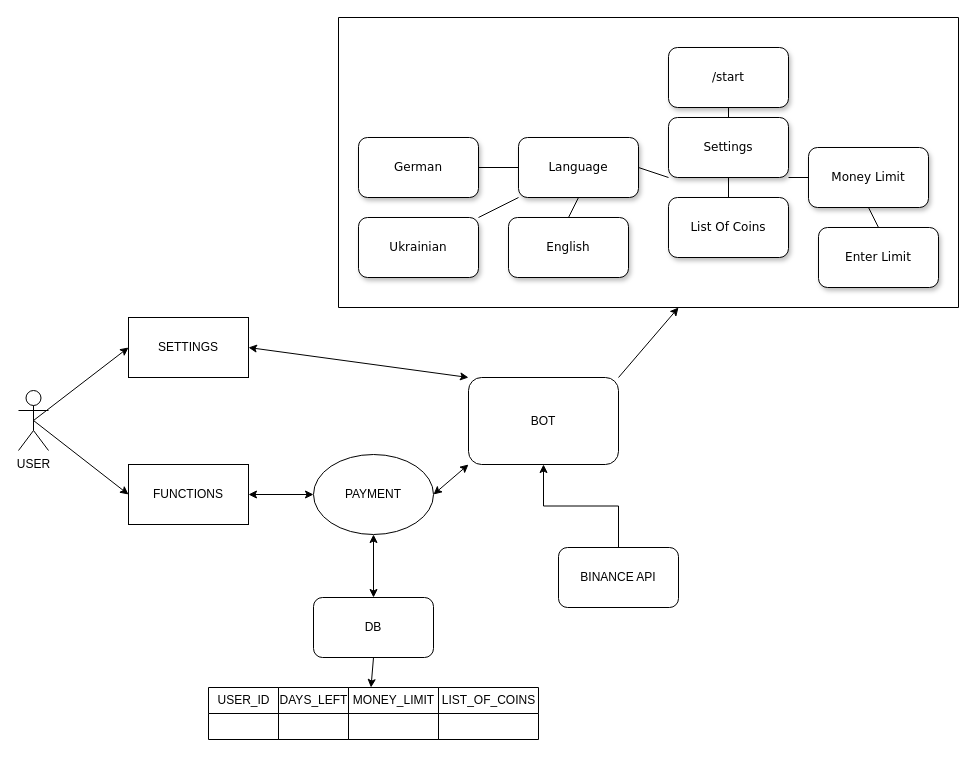
Earlier version of the draw.io diagram projectStructure/projectStructure.drawio (zeroxSasha/cryptobot). Source tidied: cells renumbered, new cells numbered last; positions are measured from the earlier drawing's top-left corner, leaving out a move shared by most shapes. Both pictures are drawn from the tidied source at 100%, with x=0, y=0 at pixel (18, 17).
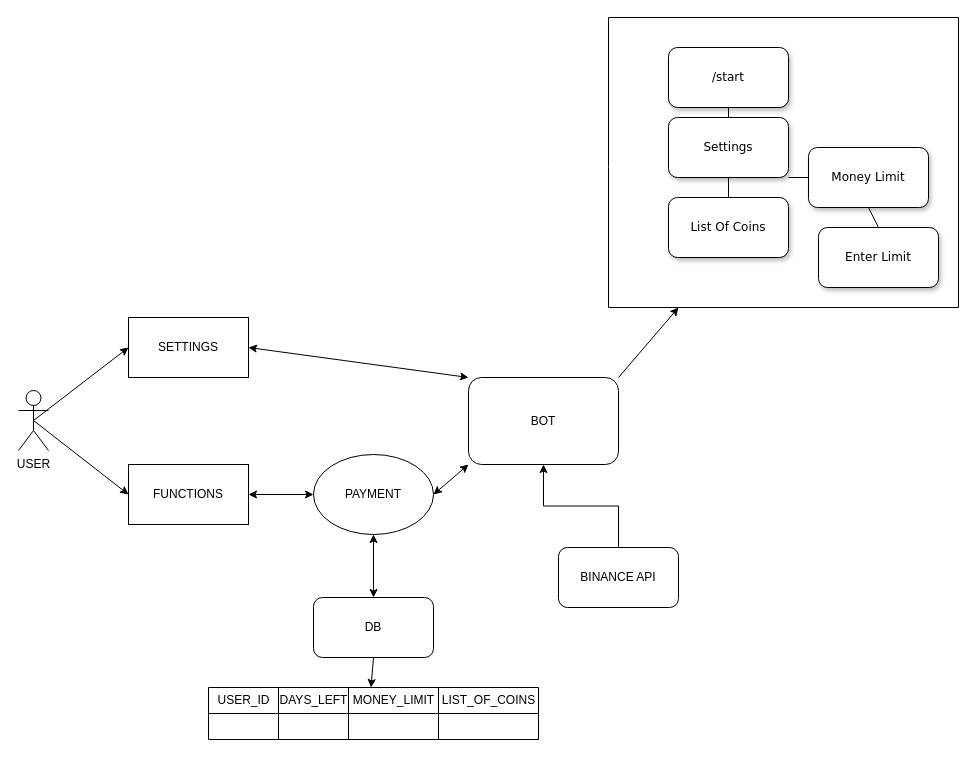
After the change.

Commit message:
chore: remove language options

The change refers to these unchanged cells:
```xml
<mxCell id="22" value="Settings" style="whiteSpace=wrap;html=1;rounded=1;shadow=1;labelBackgroundColor=none;strokeWidth=1;fontFamily=Verdana;fontSize=12;align=center;" parent="1" vertex="1">
  <mxGeometry x="650" y="100" width="120" height="60" as="geometry" />
</mxCell>
```

Diff of the diagram source:
```diff
@@
-    <mxCell id="24" value="Language" style="whiteSpace=wrap;html=1;rounded=1;shadow=1;labelBackgroundColor=none;strokeWidth=1;fontFamily=Verdana;fontSize=12;align=center;" parent="1" vertex="1">
-      <mxGeometry x="500" y="120" width="120" height="60" as="geometry" />
-    </mxCell>
@@
-    <mxCell id="26" style="rounded=0;html=1;labelBackgroundColor=none;startArrow=none;startFill=0;startSize=5;endArrow=none;endFill=0;endSize=5;jettySize=auto;strokeWidth=1;fontFamily=Verdana;fontSize=12;exitX=0;exitY=1;exitDx=0;exitDy=0;entryX=1;entryY=0.5;entryDx=0;entryDy=0;" parent="1" edge="1" source="22" target="24">
-      <mxGeometry x="-0.2" y="-14" relative="1" as="geometry" />
-    </mxCell>
@@
-    <mxCell id="32" value="Ukrainian" style="whiteSpace=wrap;html=1;rounded=1;shadow=1;labelBackgroundColor=none;strokeWidth=1;fontFamily=Verdana;fontSize=12;align=center;" parent="1" vertex="1">
-      <mxGeometry x="340" y="200" width="120" height="60" as="geometry" />
-    </mxCell>
-    <mxCell id="33" style="rounded=0;html=1;labelBackgroundColor=none;startArrow=none;startFill=0;startSize=5;endArrow=none;endFill=0;endSize=5;jettySize=auto;strokeWidth=1;fontFamily=Verdana;fontSize=12;fontColor=default;exitX=0;exitY=1;exitDx=0;exitDy=0;entryX=1;entryY=0;entryDx=0;entryDy=0;" parent="1" edge="1" source="24" target="32">
-      <mxGeometry x="-0.21" y="14" relative="1" as="geometry" />
-    </mxCell>
-    <mxCell id="34" value="English" style="whiteSpace=wrap;html=1;rounded=1;shadow=1;labelBackgroundColor=none;strokeWidth=1;fontFamily=Verdana;fontSize=12;align=center;" parent="1" vertex="1">
-      <mxGeometry x="490" y="200" width="120" height="60" as="geometry" />
-    </mxCell>
-    <mxCell id="35" style="rounded=0;html=1;labelBackgroundColor=none;startArrow=none;startFill=0;startSize=5;endArrow=none;endFill=0;endSize=5;jettySize=auto;strokeWidth=1;fontFamily=Verdana;fontSize=12;fontColor=default;exitX=0.5;exitY=1;exitDx=0;exitDy=0;entryX=0.5;entryY=0;entryDx=0;entryDy=0;" parent="1" edge="1" source="24" target="34">
-      <mxGeometry x="-0.21" y="14" relative="1" as="geometry" />
-    </mxCell>
-    <mxCell id="36" value="German" style="whiteSpace=wrap;html=1;rounded=1;shadow=1;labelBackgroundColor=none;strokeWidth=1;fontFamily=Verdana;fontSize=12;align=center;" parent="1" vertex="1">
-      <mxGeometry x="340" y="120" width="120" height="60" as="geometry" />
-    </mxCell>
-    <mxCell id="37" style="rounded=0;html=1;labelBackgroundColor=none;startArrow=none;startFill=0;startSize=5;endArrow=none;endFill=0;endSize=5;jettySize=auto;strokeWidth=1;fontFamily=Verdana;fontSize=12;fontColor=default;exitX=0;exitY=0.5;exitDx=0;exitDy=0;entryX=1;entryY=0.5;entryDx=0;entryDy=0;" parent="1" edge="1" source="24" target="36">
-      <mxGeometry x="-0.21" y="14" relative="1" as="geometry" />
-    </mxCell>
     <mxCell id="38" style="endArrow=none;html=1;rounded=0;" parent="1" edge="1">
       <mxGeometry relative="1" as="geometry">
         <mxPoint x="940" y="290" as="sourcePoint" />
-        <mxPoint x="320" y="290" as="targetPoint" />
+        <mxPoint x="590" y="290" as="targetPoint" />
       </mxGeometry>
     </mxCell>
     <mxCell id="39" style="endArrow=none;html=1;rounded=0;" parent="1" edge="1">
       <mxGeometry relative="1" as="geometry">
-        <mxPoint x="320" y="290" as="sourcePoint" />
-        <mxPoint x="320" as="targetPoint" />
+        <mxPoint x="590" y="290" as="sourcePoint" />
+        <mxPoint x="590" as="targetPoint" />
+        <Array as="points">
+          <mxPoint x="590" y="150" />
+        </Array>
       </mxGeometry>
     </mxCell>
     <mxCell id="40" style="endArrow=none;html=1;rounded=0;" parent="1" edge="1">
       <mxGeometry relative="1" as="geometry">
-        <mxPoint x="320" as="sourcePoint" />
+        <mxPoint x="590" as="sourcePoint" />
         <mxPoint x="940" as="targetPoint" />
       </mxGeometry>
     </mxCell>
```
